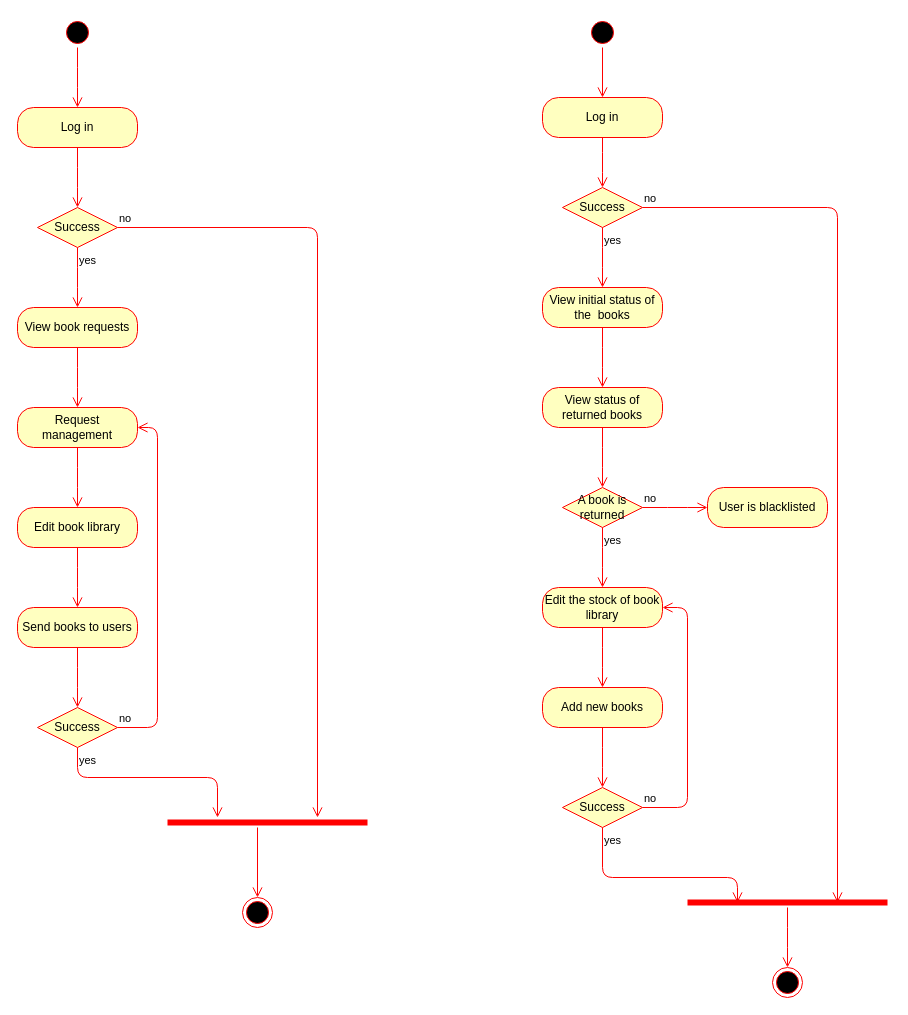
Before: Docs/admin.drawio in Andrei-Marcu/P4-T11-ChiurtuMarcuMinculeasa, a draw.io diagram. Source tidied: cells renumbered, new cells numbered last; positions are measured from the earlier drawing's top-left corner, leaving out a move shared by most shapes. Both pictures are drawn from the tidied source at 100%, with x=0, y=0 at pixel (17, 17).
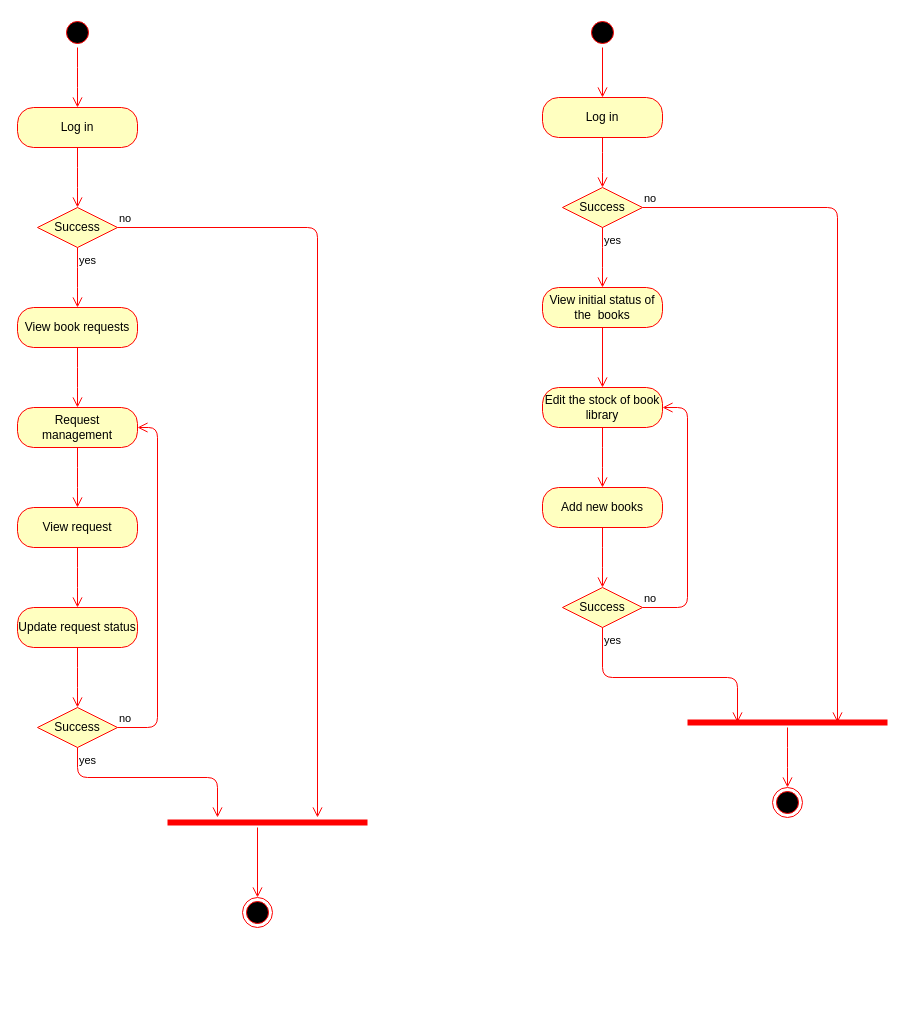
The same page after the edit.

The change refers to these unchanged cells:
```xml
<mxCell id="30" value="View initial status of the&amp;nbsp; books" style="rounded=1;whiteSpace=wrap;html=1;arcSize=40;fontColor=#000000;fillColor=#ffffc0;strokeColor=#ff0000;" parent="1" vertex="1">
  <mxGeometry x="525" y="270" width="120" height="40" as="geometry" />
</mxCell>
```

Diff of the diagram source:
```diff
@@
-    <mxCell id="13" value="Edit book library" style="rounded=1;whiteSpace=wrap;html=1;arcSize=40;fontColor=#000000;fillColor=#ffffc0;strokeColor=#ff0000;" parent="1" vertex="1">
+    <mxCell id="13" value="View request" style="rounded=1;whiteSpace=wrap;html=1;arcSize=40;fontColor=#000000;fillColor=#ffffc0;strokeColor=#ff0000;" parent="1" vertex="1">
       <mxGeometry y="490" width="120" height="40" as="geometry" />
     </mxCell>
@@
-    <mxCell id="15" value="Send books to users" style="rounded=1;whiteSpace=wrap;html=1;arcSize=40;fontColor=#000000;fillColor=#ffffc0;strokeColor=#ff0000;" parent="1" vertex="1">
+    <mxCell id="15" value="Update request status" style="rounded=1;whiteSpace=wrap;html=1;arcSize=40;fontColor=#000000;fillColor=#ffffc0;strokeColor=#ff0000;" parent="1" vertex="1">
       <mxGeometry y="590" width="120" height="40" as="geometry" />
     </mxCell>
@@
-    <mxCell id="31" style="edgeStyle=orthogonalEdgeStyle;html=1;verticalAlign=bottom;endArrow=open;endSize=8;strokeColor=#ff0000;" parent="1" edge="1" source="30">
-      <mxGeometry relative="1" as="geometry">
-        <mxPoint x="585" y="370" as="targetPoint" />
-      </mxGeometry>
+    <mxCell id="31" style="edgeStyle=orthogonalEdgeStyle;html=1;verticalAlign=bottom;endArrow=open;endSize=8;strokeColor=#ff0000;entryX=0.5;entryY=0;entryDx=0;entryDy=0;" parent="1" edge="1" source="30" target="34">
+      <mxGeometry relative="1" as="geometry" />
     </mxCell>
-    <mxCell id="32" value="View status of returned books" style="rounded=1;whiteSpace=wrap;html=1;arcSize=40;fontColor=#000000;fillColor=#ffffc0;strokeColor=#ff0000;" parent="1" vertex="1">
-      <mxGeometry x="525" y="370" width="120" height="40" as="geometry" />
-    </mxCell>
-    <mxCell id="33" style="edgeStyle=orthogonalEdgeStyle;html=1;verticalAlign=bottom;endArrow=open;endSize=8;strokeColor=#ff0000;" parent="1" edge="1" source="32">
-      <mxGeometry relative="1" as="geometry">
-        <mxPoint x="585" y="470" as="targetPoint" />
-      </mxGeometry>
-    </mxCell>
     <mxCell id="34" value="Edit the stock of book library" style="rounded=1;whiteSpace=wrap;html=1;arcSize=40;fontColor=#000000;fillColor=#ffffc0;strokeColor=#ff0000;" parent="1" vertex="1">
-      <mxGeometry x="525" y="570" width="120" height="40" as="geometry" />
+      <mxGeometry x="525" y="370" width="120" height="40" as="geometry" />
     </mxCell>
     <mxCell id="35" style="edgeStyle=orthogonalEdgeStyle;html=1;verticalAlign=bottom;endArrow=open;endSize=8;strokeColor=#ff0000;" parent="1" edge="1" source="34">
       <mxGeometry relative="1" as="geometry">
-        <mxPoint x="585" y="670" as="targetPoint" />
+        <mxPoint x="585" y="470" as="targetPoint" />
       </mxGeometry>
     </mxCell>
-    <mxCell id="36" value="A book is returned" style="rhombus;whiteSpace=wrap;html=1;fillColor=#ffffc0;strokeColor=#ff0000;" parent="1" vertex="1">
-      <mxGeometry x="545" y="470" width="80" height="40" as="geometry" />
-    </mxCell>
-    <mxCell id="37" value="no" style="edgeStyle=orthogonalEdgeStyle;html=1;align=left;verticalAlign=bottom;endArrow=open;endSize=8;strokeColor=#ff0000;" parent="1" edge="1" source="36">
-      <mxGeometry x="-1" relative="1" as="geometry">
-        <mxPoint x="690" y="490" as="targetPoint" />
-        <Array as="points">
-          <mxPoint x="660" y="490" />
-          <mxPoint x="660" y="490" />
-        </Array>
-      </mxGeometry>
-    </mxCell>
-    <mxCell id="38" value="yes" style="edgeStyle=orthogonalEdgeStyle;html=1;align=left;verticalAlign=top;endArrow=open;endSize=8;strokeColor=#ff0000;" parent="1" edge="1" source="36">
-      <mxGeometry x="-1" relative="1" as="geometry">
-        <mxPoint x="585" y="570" as="targetPoint" />
-      </mxGeometry>
-    </mxCell>
-    <mxCell id="39" value="User is blacklisted" style="rounded=1;whiteSpace=wrap;html=1;arcSize=40;fontColor=#000000;fillColor=#ffffc0;strokeColor=#ff0000;" parent="1" vertex="1">
-      <mxGeometry x="690" y="470" width="120" height="40" as="geometry" />
-    </mxCell>
     <mxCell id="40" value="Add new books" style="rounded=1;whiteSpace=wrap;html=1;arcSize=40;fontColor=#000000;fillColor=#ffffc0;strokeColor=#ff0000;" parent="1" vertex="1">
-      <mxGeometry x="525" y="670" width="120" height="40" as="geometry" />
+      <mxGeometry x="525" y="470" width="120" height="40" as="geometry" />
     </mxCell>
     <mxCell id="41" style="edgeStyle=orthogonalEdgeStyle;html=1;verticalAlign=bottom;endArrow=open;endSize=8;strokeColor=#ff0000;" parent="1" edge="1" source="40">
       <mxGeometry relative="1" as="geometry">
-        <mxPoint x="585" y="770" as="targetPoint" />
+        <mxPoint x="585" y="570" as="targetPoint" />
       </mxGeometry>
     </mxCell>
     <mxCell id="42" value="Success" style="rhombus;whiteSpace=wrap;html=1;fillColor=#ffffc0;strokeColor=#ff0000;" parent="1" vertex="1">
-      <mxGeometry x="545" y="770" width="80" height="40" as="geometry" />
+      <mxGeometry x="545" y="570" width="80" height="40" as="geometry" />
     </mxCell>
     <mxCell id="43" value="no" style="edgeStyle=orthogonalEdgeStyle;html=1;align=left;verticalAlign=bottom;endArrow=open;endSize=8;strokeColor=#ff0000;entryX=1;entryY=0.5;entryDx=0;entryDy=0;" parent="1" edge="1" source="42" target="34">
       <mxGeometry x="-1" relative="1" as="geometry">
         <Array as="points">
-          <mxPoint x="670" y="790" />
           <mxPoint x="670" y="590" />
+          <mxPoint x="670" y="390" />
         </Array>
       </mxGeometry>
     </mxCell>
     <mxCell id="44" value="yes" style="edgeStyle=orthogonalEdgeStyle;html=1;align=left;verticalAlign=top;endArrow=open;endSize=8;strokeColor=#ff0000;entryX=0.25;entryY=0.5;entryDx=0;entryDy=0;entryPerimeter=0;" parent="1" edge="1" source="42" target="45">
       <mxGeometry x="-1" relative="1" as="geometry">
         <Array as="points">
-          <mxPoint x="585" y="860" />
-          <mxPoint x="720" y="860" />
+          <mxPoint x="585" y="660" />
+          <mxPoint x="720" y="660" />
         </Array>
       </mxGeometry>
     </mxCell>
     <mxCell id="45" style="shape=line;html=1;strokeWidth=6;strokeColor=#ff0000;" parent="1" vertex="1">
-      <mxGeometry x="670" y="880" width="200" height="10" as="geometry" />
+      <mxGeometry x="670" y="700" width="200" height="10" as="geometry" />
     </mxCell>
     <mxCell id="46" style="edgeStyle=orthogonalEdgeStyle;html=1;verticalAlign=bottom;endArrow=open;endSize=8;strokeColor=#ff0000;" parent="1" edge="1" source="45">
       <mxGeometry relative="1" as="geometry">
-        <mxPoint x="770" y="950" as="targetPoint" />
+        <mxPoint x="770" y="770" as="targetPoint" />
       </mxGeometry>
     </mxCell>
     <mxCell id="47" style="ellipse;html=1;shape=endState;fillColor=#000000;strokeColor=#ff0000;" parent="1" vertex="1">
-      <mxGeometry x="755" y="950" width="30" height="30" as="geometry" />
+      <mxGeometry x="755" y="770" width="30" height="30" as="geometry" />
     </mxCell>
```
